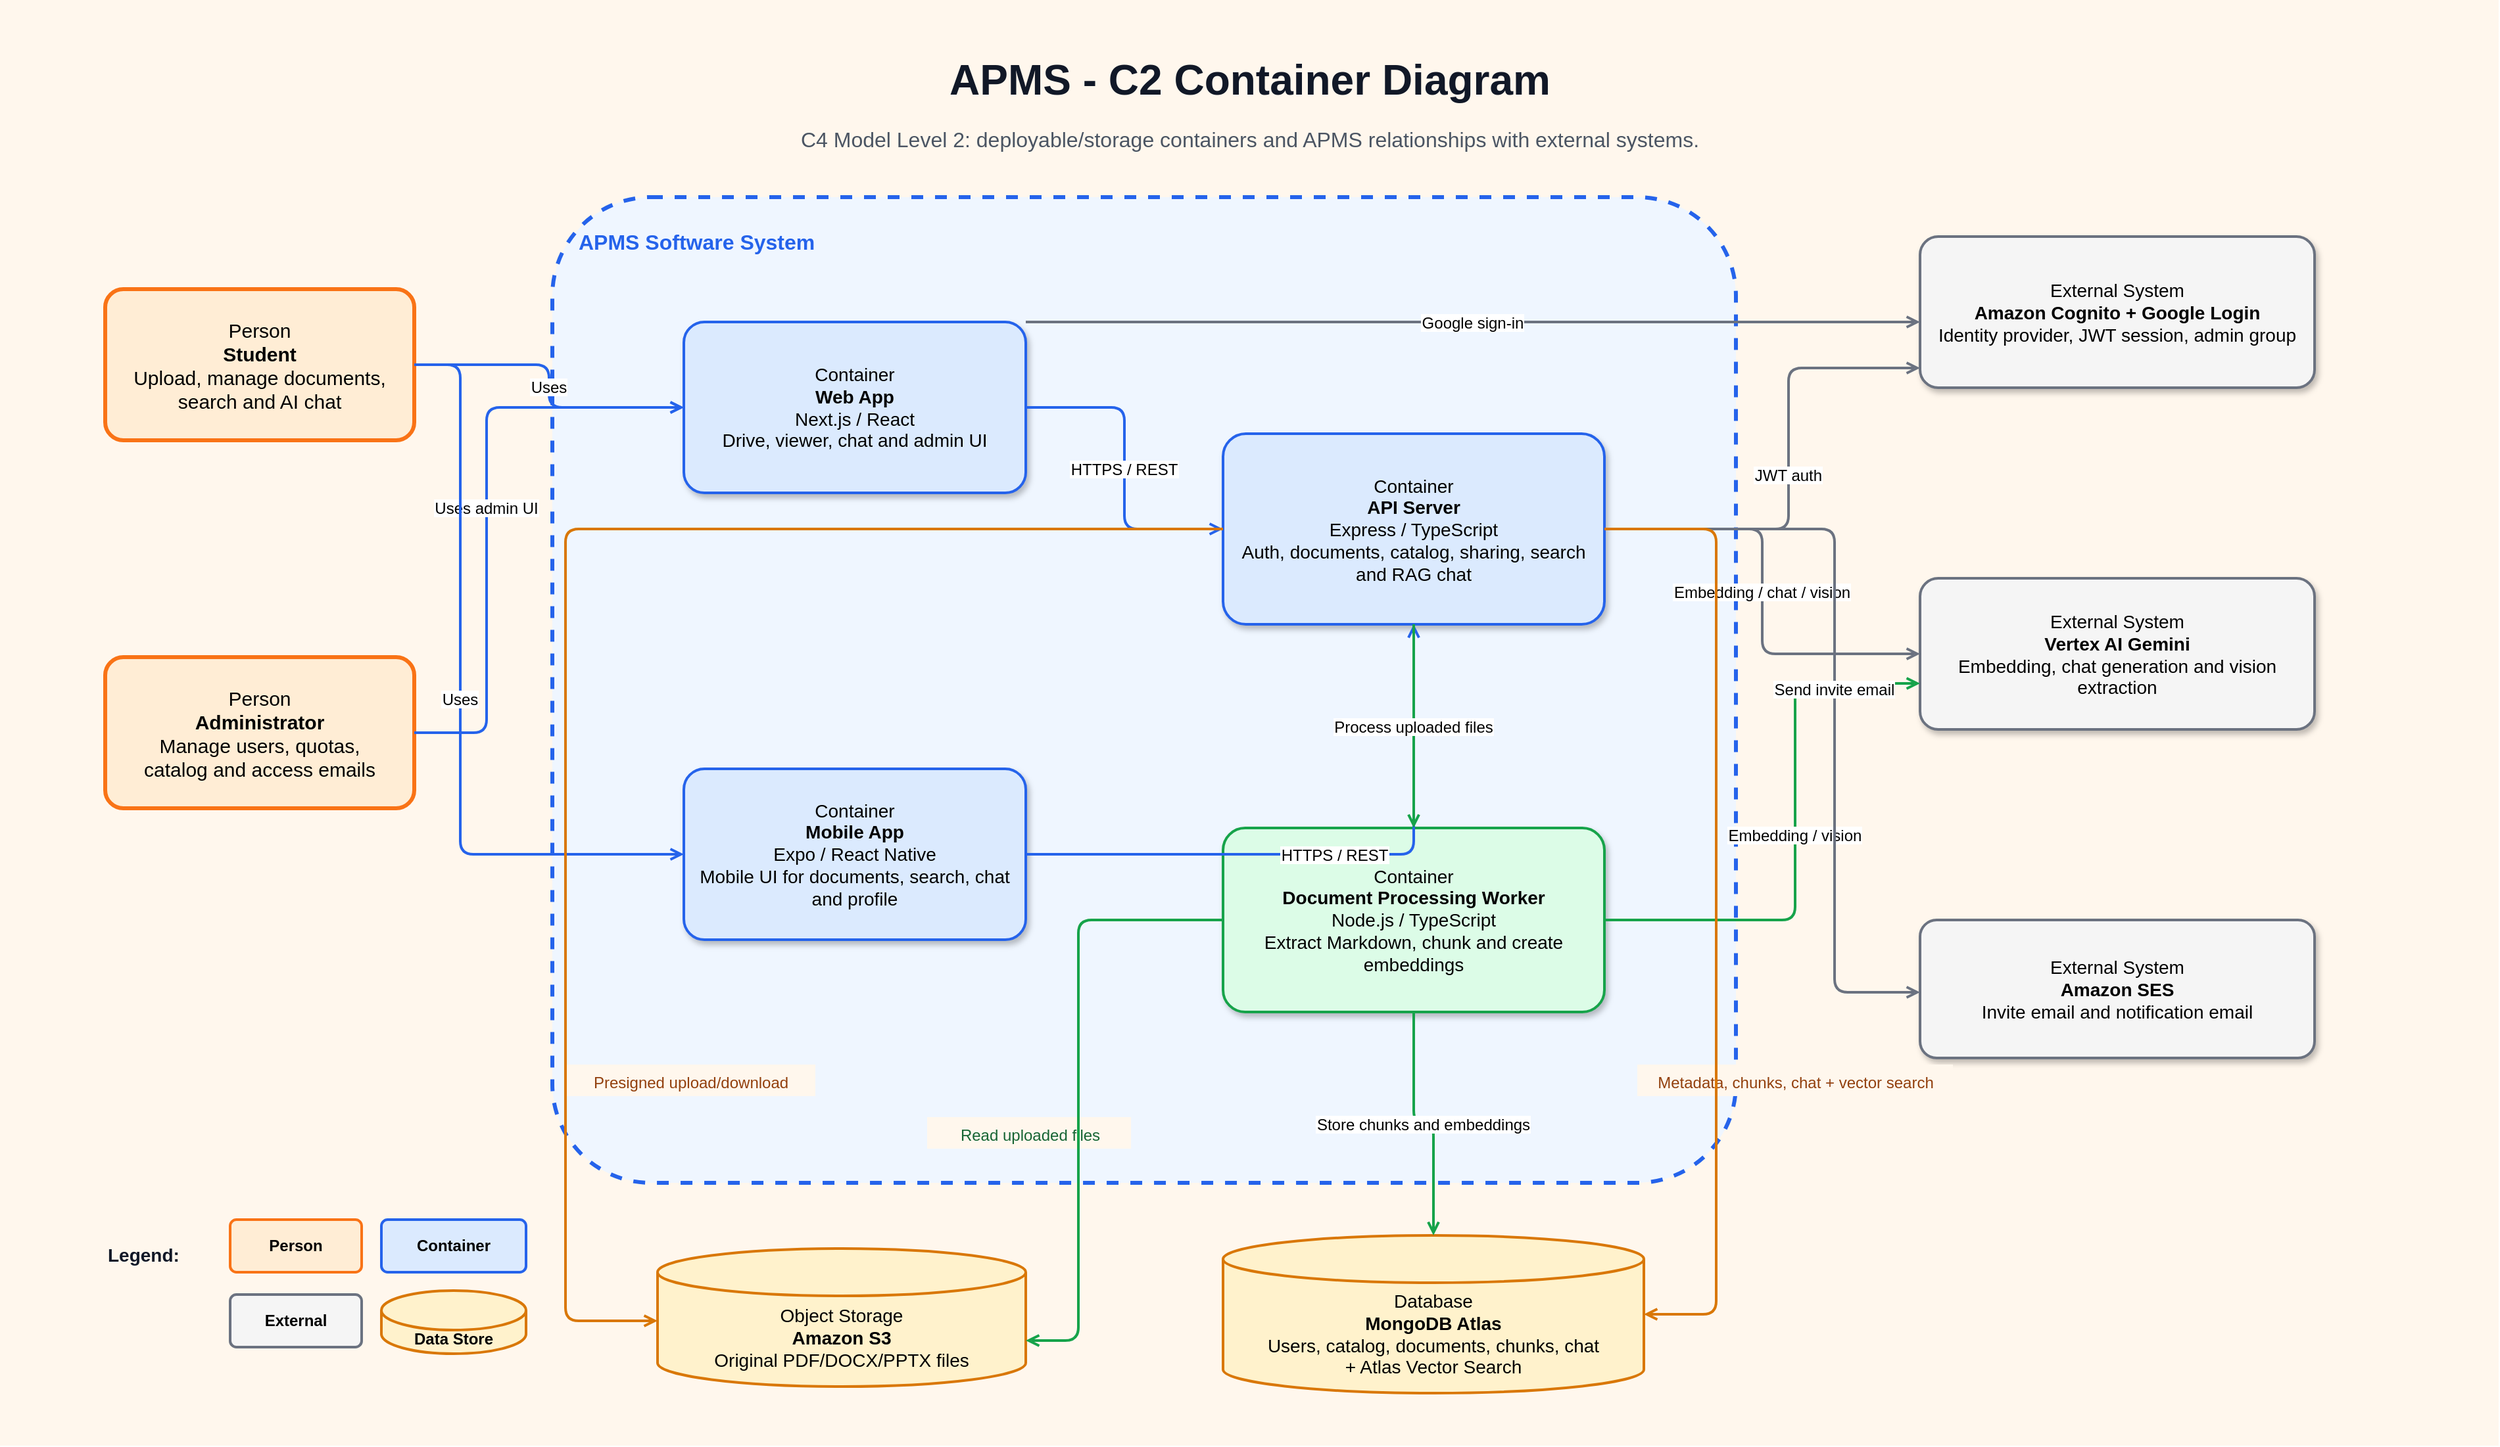
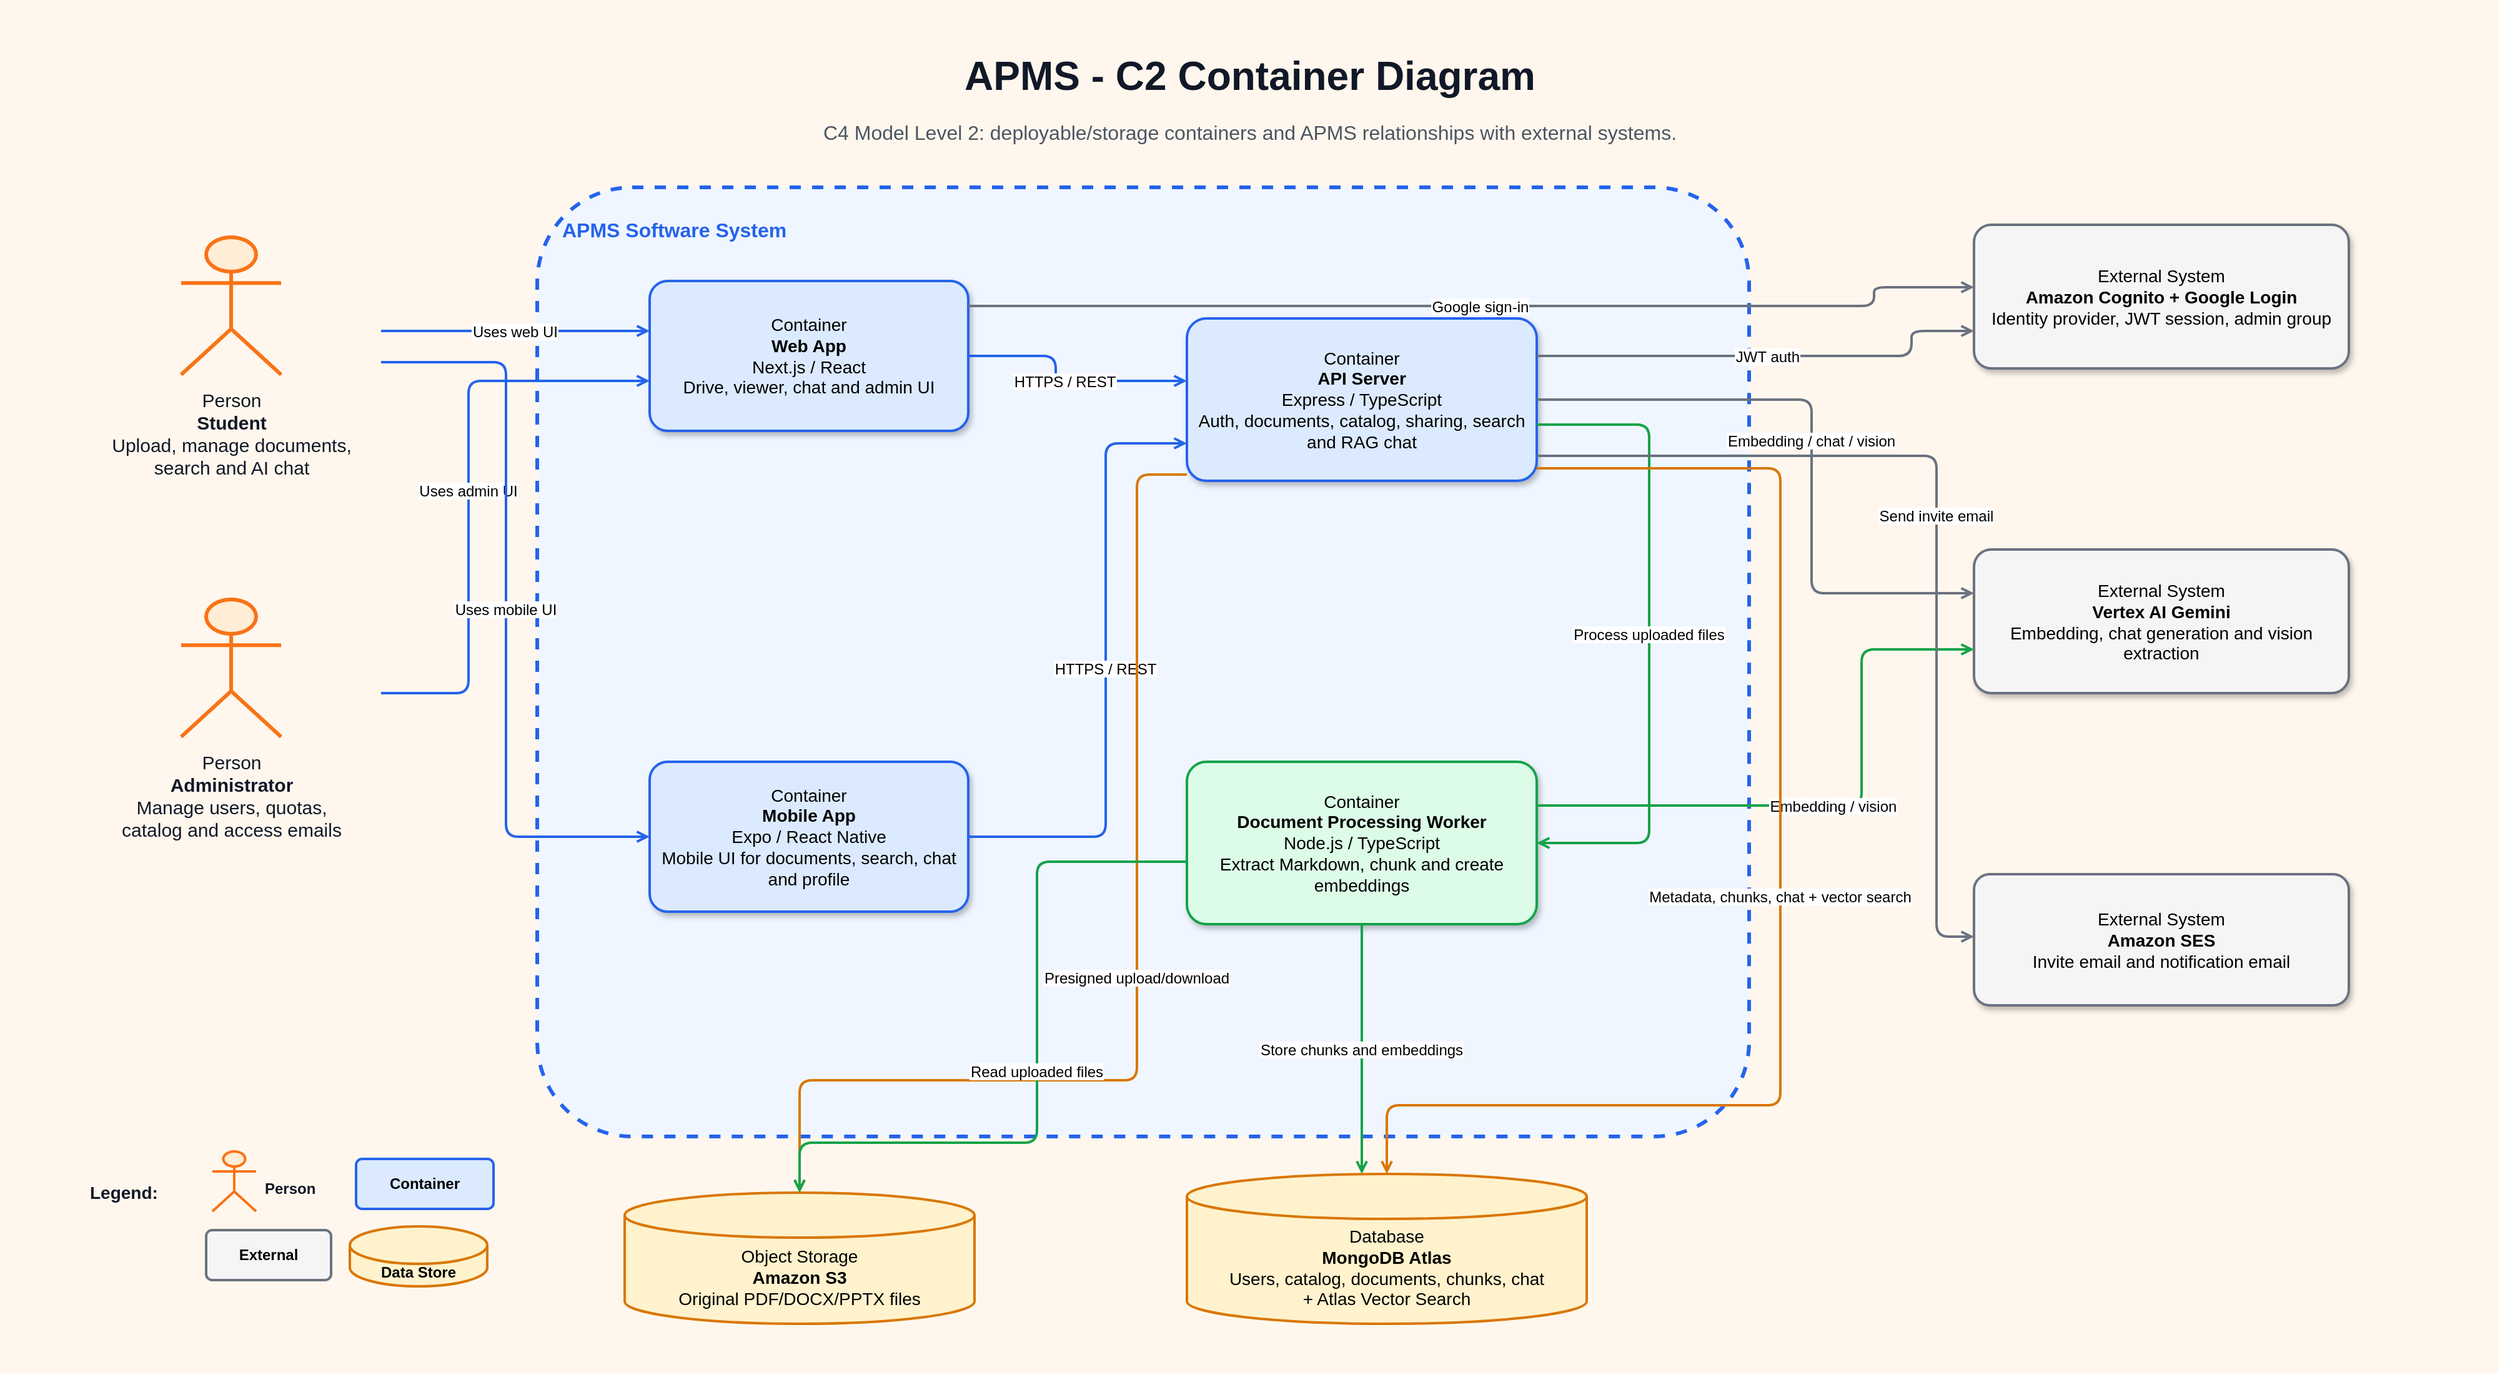
- ﻿<mxfile host="app.diagrams.net" modified="2026-07-16T00:00:00.000Z" agent="Codex" version="24.7.17">
+ <mxfile host="app.diagrams.net" modified="2026-07-16T00:00:00.000Z" agent="Codex" version="24.7.17">
  <diagram id="apms-c2-container" name="APMS C2 Container">
-     <mxGraphModel dx="1900" dy="1100" grid="1" gridSize="10" guides="1" tooltips="1" connect="1" arrows="1" fold="1" page="1" pageScale="1" pageWidth="1900" pageHeight="1100" math="0" shadow="0">
+     <mxGraphModel dx="2000" dy="1100" grid="1" gridSize="10" guides="1" tooltips="1" connect="1" arrows="1" fold="1" page="1" pageScale="1" pageWidth="2000" pageHeight="1100" math="0" shadow="0">
      <root>
        <mxCell id="0" />
        <mxCell id="1" parent="0" />
-         <mxCell id="bg" parent="1" style="rounded=0;whiteSpace=wrap;html=1;fillColor=#fff7ed;strokeColor=none;" value="" vertex="1"><mxGeometry x="0" y="0" width="1900" height="1100" as="geometry" /></mxCell>
-         <mxCell id="title" parent="1" style="text;html=1;strokeColor=none;fillColor=none;fontSize=32;fontStyle=1;fontColor=#111827;align=center;" value="APMS - C2 Container Diagram" vertex="1"><mxGeometry x="350" y="35" width="1200" height="50" as="geometry" /></mxCell>
-         <mxCell id="subtitle" parent="1" style="text;html=1;strokeColor=none;fillColor=none;fontSize=16;fontColor=#4b5563;align=center;" value="C4 Model Level 2: deployable/storage containers and APMS relationships with external systems." vertex="1"><mxGeometry x="350" y="90" width="1200" height="28" as="geometry" /></mxCell>
+         <mxCell id="bg" parent="1" style="rounded=0;whiteSpace=wrap;html=1;fillColor=#fff7ed;strokeColor=none;" value="" vertex="1"><mxGeometry x="0" y="0" width="2000" height="1100" as="geometry" /></mxCell>
+         <mxCell id="title" parent="1" style="text;html=1;strokeColor=none;fillColor=none;fontSize=32;fontStyle=1;fontColor=#111827;align=center;" value="APMS - C2 Container Diagram" vertex="1"><mxGeometry x="400" y="35" width="1200" height="50" as="geometry" /></mxCell>
+         <mxCell id="subtitle" parent="1" style="text;html=1;strokeColor=none;fillColor=none;fontSize=16;fontColor=#4b5563;align=center;" value="C4 Model Level 2: deployable/storage containers and APMS relationships with external systems." vertex="1"><mxGeometry x="400" y="90" width="1200" height="28" as="geometry" /></mxCell>

-         <mxCell id="student" parent="1" style="rounded=1;whiteSpace=wrap;html=1;fillColor=#ffedd5;strokeColor=#f97316;strokeWidth=3;arcSize=12;fontSize=15;" value="Person&lt;br&gt;&lt;b&gt;Student&lt;/b&gt;&lt;br&gt;Upload, manage documents,&lt;br&gt;search and AI chat" vertex="1"><mxGeometry x="80" y="220" width="235" height="115" as="geometry" /></mxCell>
-         <mxCell id="admin" parent="1" style="rounded=1;whiteSpace=wrap;html=1;fillColor=#ffedd5;strokeColor=#f97316;strokeWidth=3;arcSize=12;fontSize=15;" value="Person&lt;br&gt;&lt;b&gt;Administrator&lt;/b&gt;&lt;br&gt;Manage users, quotas,&lt;br&gt;catalog and access emails" vertex="1"><mxGeometry x="80" y="500" width="235" height="115" as="geometry" /></mxCell>
+         <mxCell id="studentActor" parent="1" style="shape=umlActor;verticalLabelPosition=bottom;verticalAlign=top;html=1;outlineConnect=0;fillColor=#ffedd5;strokeColor=#f97316;strokeWidth=3;" value="" vertex="1"><mxGeometry x="145" y="190" width="80" height="110" as="geometry" /></mxCell>
+         <mxCell id="studentLabel" parent="1" style="text;html=1;strokeColor=none;fillColor=none;fontSize=15;fontColor=#111827;align=center;verticalAlign=top;" value="Person&lt;br&gt;&lt;b&gt;Student&lt;/b&gt;&lt;br&gt;Upload, manage documents,&lt;br&gt;search and AI chat" vertex="1"><mxGeometry x="55" y="305" width="260" height="78" as="geometry" /></mxCell>
+         <mxCell id="adminActor" parent="1" style="shape=umlActor;verticalLabelPosition=bottom;verticalAlign=top;html=1;outlineConnect=0;fillColor=#ffedd5;strokeColor=#f97316;strokeWidth=3;" value="" vertex="1"><mxGeometry x="145" y="480" width="80" height="110" as="geometry" /></mxCell>
+         <mxCell id="adminLabel" parent="1" style="text;html=1;strokeColor=none;fillColor=none;fontSize=15;fontColor=#111827;align=center;verticalAlign=top;" value="Person&lt;br&gt;&lt;b&gt;Administrator&lt;/b&gt;&lt;br&gt;Manage users, quotas,&lt;br&gt;catalog and access emails" vertex="1"><mxGeometry x="55" y="595" width="260" height="78" as="geometry" /></mxCell>

-         <mxCell id="boundary" parent="1" style="rounded=1;whiteSpace=wrap;html=1;fillColor=#eff6ff;strokeColor=#2563eb;strokeWidth=3;dashed=1;arcSize=10;fontSize=16;fontStyle=1;align=left;verticalAlign=top;spacingTop=18;spacingLeft=18;fontColor=#2563eb;" value="APMS Software System" vertex="1"><mxGeometry x="420" y="150" width="900" height="750" as="geometry" /></mxCell>
-         <mxCell id="web" parent="1" style="rounded=1;whiteSpace=wrap;html=1;fillColor=#dbeafe;strokeColor=#2563eb;strokeWidth=2;arcSize=12;shadow=1;fontSize=14;" value="Container&lt;br&gt;&lt;b&gt;Web App&lt;/b&gt;&lt;br&gt;Next.js / React&lt;br&gt;Drive, viewer, chat and admin UI" vertex="1"><mxGeometry x="520" y="245" width="260" height="130" as="geometry" /></mxCell>
-         <mxCell id="mobile" parent="1" style="rounded=1;whiteSpace=wrap;html=1;fillColor=#dbeafe;strokeColor=#2563eb;strokeWidth=2;arcSize=12;shadow=1;fontSize=14;" value="Container&lt;br&gt;&lt;b&gt;Mobile App&lt;/b&gt;&lt;br&gt;Expo / React Native&lt;br&gt;Mobile UI for documents, search, chat and profile" vertex="1"><mxGeometry x="520" y="585" width="260" height="130" as="geometry" /></mxCell>
-         <mxCell id="api" parent="1" style="rounded=1;whiteSpace=wrap;html=1;fillColor=#dbeafe;strokeColor=#2563eb;strokeWidth=2;arcSize=12;shadow=1;fontSize=14;" value="Container&lt;br&gt;&lt;b&gt;API Server&lt;/b&gt;&lt;br&gt;Express / TypeScript&lt;br&gt;Auth, documents, catalog, sharing, search and RAG chat" vertex="1"><mxGeometry x="930" y="330" width="290" height="145" as="geometry" /></mxCell>
-         <mxCell id="worker" parent="1" style="rounded=1;whiteSpace=wrap;html=1;fillColor=#dcfce7;strokeColor=#16a34a;strokeWidth=2;arcSize=12;shadow=1;fontSize=14;" value="Container&lt;br&gt;&lt;b&gt;Document Processing Worker&lt;/b&gt;&lt;br&gt;Node.js / TypeScript&lt;br&gt;Extract Markdown, chunk and create embeddings" vertex="1"><mxGeometry x="930" y="630" width="290" height="140" as="geometry" /></mxCell>
+         <mxCell id="boundary" parent="1" style="rounded=1;whiteSpace=wrap;html=1;fillColor=#eff6ff;strokeColor=#2563eb;strokeWidth=3;dashed=1;arcSize=10;fontSize=16;fontStyle=1;align=left;verticalAlign=top;spacingTop=18;spacingLeft=18;fontColor=#2563eb;" value="APMS Software System" vertex="1"><mxGeometry x="430" y="150" width="970" height="760" as="geometry" /></mxCell>
+         <mxCell id="web" parent="1" style="rounded=1;whiteSpace=wrap;html=1;fillColor=#dbeafe;strokeColor=#2563eb;strokeWidth=2;arcSize=12;shadow=1;fontSize=14;" value="Container&lt;br&gt;&lt;b&gt;Web App&lt;/b&gt;&lt;br&gt;Next.js / React&lt;br&gt;Drive, viewer, chat and admin UI" vertex="1"><mxGeometry x="520" y="225" width="255" height="120" as="geometry" /></mxCell>
+         <mxCell id="mobile" parent="1" style="rounded=1;whiteSpace=wrap;html=1;fillColor=#dbeafe;strokeColor=#2563eb;strokeWidth=2;arcSize=12;shadow=1;fontSize=14;" value="Container&lt;br&gt;&lt;b&gt;Mobile App&lt;/b&gt;&lt;br&gt;Expo / React Native&lt;br&gt;Mobile UI for documents, search, chat and profile" vertex="1"><mxGeometry x="520" y="610" width="255" height="120" as="geometry" /></mxCell>
+         <mxCell id="api" parent="1" style="rounded=1;whiteSpace=wrap;html=1;fillColor=#dbeafe;strokeColor=#2563eb;strokeWidth=2;arcSize=12;shadow=1;fontSize=14;" value="Container&lt;br&gt;&lt;b&gt;API Server&lt;/b&gt;&lt;br&gt;Express / TypeScript&lt;br&gt;Auth, documents, catalog, sharing, search and RAG chat" vertex="1"><mxGeometry x="950" y="255" width="280" height="130" as="geometry" /></mxCell>
+         <mxCell id="worker" parent="1" style="rounded=1;whiteSpace=wrap;html=1;fillColor=#dcfce7;strokeColor=#16a34a;strokeWidth=2;arcSize=12;shadow=1;fontSize=14;" value="Container&lt;br&gt;&lt;b&gt;Document Processing Worker&lt;/b&gt;&lt;br&gt;Node.js / TypeScript&lt;br&gt;Extract Markdown, chunk and create embeddings" vertex="1"><mxGeometry x="950" y="610" width="280" height="130" as="geometry" /></mxCell>

-         <mxCell id="cognito" parent="1" style="rounded=1;whiteSpace=wrap;html=1;fillColor=#f5f5f5;strokeColor=#6b7280;strokeWidth=2;arcSize=12;shadow=1;fontSize=14;" value="External System&lt;br&gt;&lt;b&gt;Amazon Cognito + Google Login&lt;/b&gt;&lt;br&gt;Identity provider, JWT session, admin group" vertex="1"><mxGeometry x="1460" y="180" width="300" height="115" as="geometry" /></mxCell>
-         <mxCell id="gemini" parent="1" style="rounded=1;whiteSpace=wrap;html=1;fillColor=#f5f5f5;strokeColor=#6b7280;strokeWidth=2;arcSize=12;shadow=1;fontSize=14;" value="External System&lt;br&gt;&lt;b&gt;Vertex AI Gemini&lt;/b&gt;&lt;br&gt;Embedding, chat generation and vision extraction" vertex="1"><mxGeometry x="1460" y="440" width="300" height="115" as="geometry" /></mxCell>
-         <mxCell id="ses" parent="1" style="rounded=1;whiteSpace=wrap;html=1;fillColor=#f5f5f5;strokeColor=#6b7280;strokeWidth=2;arcSize=12;shadow=1;fontSize=14;" value="External System&lt;br&gt;&lt;b&gt;Amazon SES&lt;/b&gt;&lt;br&gt;Invite email and notification email" vertex="1"><mxGeometry x="1460" y="700" width="300" height="105" as="geometry" /></mxCell>
-         <mxCell id="s3" parent="1" style="shape=cylinder3;whiteSpace=wrap;html=1;boundedLbl=1;backgroundOutline=1;size=18;fillColor=#fff2cc;strokeColor=#d97706;strokeWidth=2;fontSize=14;" value="Object Storage&lt;br&gt;&lt;b&gt;Amazon S3&lt;/b&gt;&lt;br&gt;Original PDF/DOCX/PPTX files" vertex="1"><mxGeometry x="500" y="950" width="280" height="105" as="geometry" /></mxCell>
-         <mxCell id="mongo" parent="1" style="shape=cylinder3;whiteSpace=wrap;html=1;boundedLbl=1;backgroundOutline=1;size=18;fillColor=#fff2cc;strokeColor=#d97706;strokeWidth=2;fontSize=14;" value="Database&lt;br&gt;&lt;b&gt;MongoDB Atlas&lt;/b&gt;&lt;br&gt;Users, catalog, documents, chunks, chat&lt;br&gt;+ Atlas Vector Search" vertex="1"><mxGeometry x="930" y="940" width="320" height="120" as="geometry" /></mxCell>
+         <mxCell id="cognito" parent="1" style="rounded=1;whiteSpace=wrap;html=1;fillColor=#f5f5f5;strokeColor=#6b7280;strokeWidth=2;arcSize=12;shadow=1;fontSize=14;" value="External System&lt;br&gt;&lt;b&gt;Amazon Cognito + Google Login&lt;/b&gt;&lt;br&gt;Identity provider, JWT session, admin group" vertex="1"><mxGeometry x="1580" y="180" width="300" height="115" as="geometry" /></mxCell>
+         <mxCell id="gemini" parent="1" style="rounded=1;whiteSpace=wrap;html=1;fillColor=#f5f5f5;strokeColor=#6b7280;strokeWidth=2;arcSize=12;shadow=1;fontSize=14;" value="External System&lt;br&gt;&lt;b&gt;Vertex AI Gemini&lt;/b&gt;&lt;br&gt;Embedding, chat generation and vision extraction" vertex="1"><mxGeometry x="1580" y="440" width="300" height="115" as="geometry" /></mxCell>
+         <mxCell id="ses" parent="1" style="rounded=1;whiteSpace=wrap;html=1;fillColor=#f5f5f5;strokeColor=#6b7280;strokeWidth=2;arcSize=12;shadow=1;fontSize=14;" value="External System&lt;br&gt;&lt;b&gt;Amazon SES&lt;/b&gt;&lt;br&gt;Invite email and notification email" vertex="1"><mxGeometry x="1580" y="700" width="300" height="105" as="geometry" /></mxCell>
+         <mxCell id="s3" parent="1" style="shape=cylinder3;whiteSpace=wrap;html=1;boundedLbl=1;backgroundOutline=1;size=18;fillColor=#fff2cc;strokeColor=#d97706;strokeWidth=2;fontSize=14;" value="Object Storage&lt;br&gt;&lt;b&gt;Amazon S3&lt;/b&gt;&lt;br&gt;Original PDF/DOCX/PPTX files" vertex="1"><mxGeometry x="500" y="955" width="280" height="105" as="geometry" /></mxCell>
+         <mxCell id="mongo" parent="1" style="shape=cylinder3;whiteSpace=wrap;html=1;boundedLbl=1;backgroundOutline=1;size=18;fillColor=#fff2cc;strokeColor=#d97706;strokeWidth=2;fontSize=14;" value="Database&lt;br&gt;&lt;b&gt;MongoDB Atlas&lt;/b&gt;&lt;br&gt;Users, catalog, documents, chunks, chat&lt;br&gt;+ Atlas Vector Search" vertex="1"><mxGeometry x="950" y="940" width="320" height="120" as="geometry" /></mxCell>

-         <mxCell id="e1" parent="1" style="edgeStyle=orthogonalEdgeStyle;rounded=1;strokeColor=#2563eb;strokeWidth=2;endArrow=open;fontSize=12;" value="Uses" edge="1" source="student" target="web"><mxGeometry relative="1" as="geometry" /></mxCell>
-         <mxCell id="e2" parent="1" style="edgeStyle=orthogonalEdgeStyle;rounded=1;strokeColor=#2563eb;strokeWidth=2;endArrow=open;fontSize=12;" value="Uses admin UI" edge="1" source="admin" target="web"><mxGeometry relative="1" as="geometry"><Array as="points"><mxPoint x="370" y="558" /><mxPoint x="370" y="310" /></Array></mxGeometry></mxCell>
-         <mxCell id="e3" parent="1" style="edgeStyle=orthogonalEdgeStyle;rounded=1;strokeColor=#2563eb;strokeWidth=2;endArrow=open;fontSize=12;" value="Uses" edge="1" source="student" target="mobile"><mxGeometry relative="1" as="geometry"><Array as="points"><mxPoint x="350" y="278" /><mxPoint x="350" y="650" /></Array></mxGeometry></mxCell>
-         <mxCell id="e4" parent="1" style="edgeStyle=orthogonalEdgeStyle;rounded=1;strokeColor=#2563eb;strokeWidth=2;endArrow=open;fontSize=12;" value="HTTPS / REST" edge="1" source="web" target="api"><mxGeometry relative="1" as="geometry" /></mxCell>
-         <mxCell id="e5" parent="1" style="edgeStyle=orthogonalEdgeStyle;rounded=1;strokeColor=#2563eb;strokeWidth=2;endArrow=open;fontSize=12;" value="HTTPS / REST" edge="1" source="mobile" target="api"><mxGeometry relative="1" as="geometry" /></mxCell>
-         <mxCell id="e6" parent="1" style="edgeStyle=orthogonalEdgeStyle;rounded=1;strokeColor=#16a34a;strokeWidth=2;endArrow=open;fontSize=12;" value="Process uploaded files" edge="1" source="api" target="worker"><mxGeometry relative="1" as="geometry" /></mxCell>
+         <mxCell id="e1" parent="1" style="edgeStyle=orthogonalEdgeStyle;rounded=1;strokeColor=#2563eb;strokeWidth=2;endArrow=open;fontSize=12;" value="Uses web UI" edge="1">
+           <mxGeometry relative="1" as="geometry">
+             <mxPoint x="305" y="265" as="sourcePoint" />
+             <mxPoint x="520" y="265" as="targetPoint" />
+             <Array as="points"><mxPoint x="390" y="265" /></Array>
+           </mxGeometry>
+         </mxCell>
+         <mxCell id="e2" parent="1" style="edgeStyle=orthogonalEdgeStyle;rounded=1;strokeColor=#2563eb;strokeWidth=2;endArrow=open;fontSize=12;" value="Uses admin UI" edge="1">
+           <mxGeometry relative="1" as="geometry">
+             <mxPoint x="305" y="555" as="sourcePoint" />
+             <mxPoint x="520" y="305" as="targetPoint" />
+             <Array as="points"><mxPoint x="375" y="555" /><mxPoint x="375" y="305" /></Array>
+           </mxGeometry>
+         </mxCell>
+         <mxCell id="e3" parent="1" style="edgeStyle=orthogonalEdgeStyle;rounded=1;strokeColor=#2563eb;strokeWidth=2;endArrow=open;fontSize=12;" value="Uses mobile UI" edge="1">
+           <mxGeometry relative="1" as="geometry">
+             <mxPoint x="305" y="290" as="sourcePoint" />
+             <mxPoint x="520" y="670" as="targetPoint" />
+             <Array as="points"><mxPoint x="405" y="290" /><mxPoint x="405" y="670" /></Array>
+           </mxGeometry>
+         </mxCell>

-         <mxCell id="e7" parent="1" style="edgeStyle=orthogonalEdgeStyle;rounded=1;strokeColor=#6b7280;strokeWidth=2;endArrow=open;fontSize=12;" value="Google sign-in" edge="1" source="web" target="cognito"><mxGeometry relative="1" as="geometry"><Array as="points"><mxPoint x="850" y="245" /><mxPoint x="1370" y="245" /></Array></mxGeometry></mxCell>
-         <mxCell id="e8" parent="1" style="edgeStyle=orthogonalEdgeStyle;rounded=1;strokeColor=#6b7280;strokeWidth=2;endArrow=open;fontSize=12;" value="JWT auth" edge="1" source="api" target="cognito"><mxGeometry relative="1" as="geometry"><Array as="points"><mxPoint x="1360" y="402" /><mxPoint x="1360" y="280" /></Array></mxGeometry></mxCell>
-         <mxCell id="e9" parent="1" style="edgeStyle=orthogonalEdgeStyle;rounded=1;strokeColor=#6b7280;strokeWidth=2;endArrow=open;fontSize=12;" value="Embedding / chat / vision" edge="1" source="api" target="gemini"><mxGeometry relative="1" as="geometry" /></mxCell>
-         <mxCell id="e10" parent="1" style="edgeStyle=orthogonalEdgeStyle;rounded=1;strokeColor=#16a34a;strokeWidth=2;endArrow=open;fontSize=12;" value="Embedding / vision" edge="1" source="worker" target="gemini"><mxGeometry relative="1" as="geometry"><Array as="points"><mxPoint x="1365" y="700" /><mxPoint x="1365" y="520" /></Array></mxGeometry></mxCell>
-         <mxCell id="e11" parent="1" style="edgeStyle=orthogonalEdgeStyle;rounded=1;strokeColor=#6b7280;strokeWidth=2;endArrow=open;fontSize=12;" value="Send invite email" edge="1" source="api" target="ses"><mxGeometry relative="1" as="geometry"><Array as="points"><mxPoint x="1395" y="402" /><mxPoint x="1395" y="755" /></Array></mxGeometry></mxCell>
+         <mxCell id="e4" parent="1" style="edgeStyle=orthogonalEdgeStyle;rounded=1;strokeColor=#2563eb;strokeWidth=2;endArrow=open;fontSize=12;" value="HTTPS / REST" edge="1">
+           <mxGeometry relative="1" as="geometry">
+             <mxPoint x="775" y="285" as="sourcePoint" />
+             <mxPoint x="950" y="305" as="targetPoint" />
+             <Array as="points"><mxPoint x="845" y="285" /><mxPoint x="845" y="305" /></Array>
+           </mxGeometry>
+         </mxCell>
+         <mxCell id="e5" parent="1" style="edgeStyle=orthogonalEdgeStyle;rounded=1;strokeColor=#2563eb;strokeWidth=2;endArrow=open;fontSize=12;" value="HTTPS / REST" edge="1">
+           <mxGeometry relative="1" as="geometry">
+             <mxPoint x="775" y="670" as="sourcePoint" />
+             <mxPoint x="950" y="355" as="targetPoint" />
+             <Array as="points"><mxPoint x="885" y="670" /><mxPoint x="885" y="355" /></Array>
+           </mxGeometry>
+         </mxCell>
+         <mxCell id="e6" parent="1" style="edgeStyle=orthogonalEdgeStyle;rounded=1;strokeColor=#16a34a;strokeWidth=2;endArrow=open;fontSize=12;" value="Process uploaded files" edge="1">
+           <mxGeometry relative="1" as="geometry">
+             <mxPoint x="1230" y="340" as="sourcePoint" />
+             <mxPoint x="1230" y="675" as="targetPoint" />
+             <Array as="points"><mxPoint x="1320" y="340" /><mxPoint x="1320" y="675" /></Array>
+           </mxGeometry>
+         </mxCell>

-         <mxCell id="labelS3" parent="1" style="text;html=1;strokeColor=none;fillColor=#fff7ed;fontSize=12;fontColor=#92400e;align=center;" value="Presigned upload/download" vertex="1"><mxGeometry x="430" y="810" width="190" height="24" as="geometry" /></mxCell>
-         <mxCell id="e12" parent="1" style="edgeStyle=orthogonalEdgeStyle;rounded=1;strokeColor=#d97706;strokeWidth=2;endArrow=open;fontSize=12;" value="" edge="1" source="api" target="s3"><mxGeometry relative="1" as="geometry"><Array as="points"><mxPoint x="430" y="402" /><mxPoint x="430" y="1005" /></Array></mxGeometry></mxCell>
-         <mxCell id="labelReadS3" parent="1" style="text;html=1;strokeColor=none;fillColor=#fff7ed;fontSize=12;fontColor=#166534;align=center;" value="Read uploaded files" vertex="1"><mxGeometry x="705" y="850" width="155" height="24" as="geometry" /></mxCell>
-         <mxCell id="e13" parent="1" style="edgeStyle=orthogonalEdgeStyle;rounded=1;strokeColor=#16a34a;strokeWidth=2;endArrow=open;fontSize=12;" value="" edge="1" source="worker" target="s3"><mxGeometry relative="1" as="geometry"><Array as="points"><mxPoint x="820" y="700" /><mxPoint x="820" y="1020" /></Array></mxGeometry></mxCell>
-         <mxCell id="labelMongo" parent="1" style="text;html=1;strokeColor=none;fillColor=#fff7ed;fontSize=12;fontColor=#92400e;align=center;" value="Metadata, chunks, chat + vector search" vertex="1"><mxGeometry x="1245" y="810" width="240" height="24" as="geometry" /></mxCell>
-         <mxCell id="e14" parent="1" style="edgeStyle=orthogonalEdgeStyle;rounded=1;strokeColor=#d97706;strokeWidth=2;endArrow=open;fontSize=12;" value="" edge="1" source="api" target="mongo"><mxGeometry relative="1" as="geometry"><Array as="points"><mxPoint x="1305" y="402" /><mxPoint x="1305" y="1000" /></Array></mxGeometry></mxCell>
-         <mxCell id="e15" parent="1" style="edgeStyle=orthogonalEdgeStyle;rounded=1;strokeColor=#16a34a;strokeWidth=2;endArrow=open;fontSize=12;" value="Store chunks and embeddings" edge="1" source="worker" target="mongo"><mxGeometry relative="1" as="geometry" /></mxCell>
+         <mxCell id="e7" parent="1" style="edgeStyle=orthogonalEdgeStyle;rounded=1;strokeColor=#6b7280;strokeWidth=2;endArrow=open;fontSize=12;" value="Google sign-in" edge="1">
+           <mxGeometry relative="1" as="geometry">
+             <mxPoint x="775" y="245" as="sourcePoint" />
+             <mxPoint x="1580" y="230" as="targetPoint" />
+             <Array as="points"><mxPoint x="1500" y="245" /><mxPoint x="1500" y="230" /></Array>
+           </mxGeometry>
+         </mxCell>
+         <mxCell id="e8" parent="1" style="edgeStyle=orthogonalEdgeStyle;rounded=1;strokeColor=#6b7280;strokeWidth=2;endArrow=open;fontSize=12;" value="JWT auth" edge="1">
+           <mxGeometry relative="1" as="geometry">
+             <mxPoint x="1230" y="285" as="sourcePoint" />
+             <mxPoint x="1580" y="265" as="targetPoint" />
+             <Array as="points"><mxPoint x="1530" y="285" /><mxPoint x="1530" y="265" /></Array>
+           </mxGeometry>
+         </mxCell>
+         <mxCell id="e9" parent="1" style="edgeStyle=orthogonalEdgeStyle;rounded=1;strokeColor=#6b7280;strokeWidth=2;endArrow=open;fontSize=12;" value="Embedding / chat / vision" edge="1">
+           <mxGeometry relative="1" as="geometry">
+             <mxPoint x="1230" y="320" as="sourcePoint" />
+             <mxPoint x="1580" y="475" as="targetPoint" />
+             <Array as="points"><mxPoint x="1450" y="320" /><mxPoint x="1450" y="475" /></Array>
+           </mxGeometry>
+         </mxCell>
+         <mxCell id="e10" parent="1" style="edgeStyle=orthogonalEdgeStyle;rounded=1;strokeColor=#16a34a;strokeWidth=2;endArrow=open;fontSize=12;" value="Embedding / vision" edge="1">
+           <mxGeometry relative="1" as="geometry">
+             <mxPoint x="1230" y="645" as="sourcePoint" />
+             <mxPoint x="1580" y="520" as="targetPoint" />
+             <Array as="points"><mxPoint x="1490" y="645" /><mxPoint x="1490" y="520" /></Array>
+           </mxGeometry>
+         </mxCell>
+         <mxCell id="e11" parent="1" style="edgeStyle=orthogonalEdgeStyle;rounded=1;strokeColor=#6b7280;strokeWidth=2;endArrow=open;fontSize=12;" value="Send invite email" edge="1">
+           <mxGeometry relative="1" as="geometry">
+             <mxPoint x="1230" y="365" as="sourcePoint" />
+             <mxPoint x="1580" y="750" as="targetPoint" />
+             <Array as="points"><mxPoint x="1550" y="365" /><mxPoint x="1550" y="750" /></Array>
+           </mxGeometry>
+         </mxCell>

-         <mxCell id="legendTitle" parent="1" style="text;html=1;strokeColor=none;fillColor=none;fontSize=14;fontStyle=1;fontColor=#111827;align=left;" value="Legend:" vertex="1"><mxGeometry x="80" y="940" width="80" height="24" as="geometry" /></mxCell>
-         <mxCell id="legendPerson" parent="1" style="rounded=1;whiteSpace=wrap;html=1;fillColor=#ffedd5;strokeColor=#f97316;strokeWidth=2;arcSize=12;fontSize=12;fontStyle=1;" value="Person" vertex="1"><mxGeometry x="175" y="928" width="100" height="40" as="geometry" /></mxCell>
-         <mxCell id="legendContainer" parent="1" style="rounded=1;whiteSpace=wrap;html=1;fillColor=#dbeafe;strokeColor=#2563eb;strokeWidth=2;arcSize=12;fontSize=12;fontStyle=1;" value="Container" vertex="1"><mxGeometry x="290" y="928" width="110" height="40" as="geometry" /></mxCell>
-         <mxCell id="legendExternal" parent="1" style="rounded=1;whiteSpace=wrap;html=1;fillColor=#f5f5f5;strokeColor=#6b7280;strokeWidth=2;arcSize=12;fontSize=12;fontStyle=1;" value="External" vertex="1"><mxGeometry x="175" y="985" width="100" height="40" as="geometry" /></mxCell>
-         <mxCell id="legendData" parent="1" style="shape=cylinder3;whiteSpace=wrap;html=1;boundedLbl=1;backgroundOutline=1;size=15;fillColor=#fff2cc;strokeColor=#d97706;strokeWidth=2;fontSize=12;fontStyle=1;" value="Data Store" vertex="1"><mxGeometry x="290" y="982" width="110" height="48" as="geometry" /></mxCell>
+         <mxCell id="e12" parent="1" style="edgeStyle=orthogonalEdgeStyle;rounded=1;strokeColor=#d97706;strokeWidth=2;endArrow=open;fontSize=12;" value="Presigned upload/download" edge="1">
+           <mxGeometry relative="1" as="geometry">
+             <mxPoint x="950" y="380" as="sourcePoint" />
+             <mxPoint x="640" y="955" as="targetPoint" />
+             <Array as="points"><mxPoint x="910" y="380" /><mxPoint x="910" y="865" /><mxPoint x="640" y="865" /></Array>
+           </mxGeometry>
+         </mxCell>
+         <mxCell id="e13" parent="1" style="edgeStyle=orthogonalEdgeStyle;rounded=1;strokeColor=#16a34a;strokeWidth=2;endArrow=open;fontSize=12;" value="Read uploaded files" edge="1">
+           <mxGeometry relative="1" as="geometry">
+             <mxPoint x="950" y="690" as="sourcePoint" />
+             <mxPoint x="640" y="955" as="targetPoint" />
+             <Array as="points"><mxPoint x="830" y="690" /><mxPoint x="830" y="915" /><mxPoint x="640" y="915" /></Array>
+           </mxGeometry>
+         </mxCell>
+         <mxCell id="e14" parent="1" style="edgeStyle=orthogonalEdgeStyle;rounded=1;strokeColor=#d97706;strokeWidth=2;endArrow=open;fontSize=12;" value="Metadata, chunks, chat + vector search" edge="1">
+           <mxGeometry relative="1" as="geometry">
+             <mxPoint x="1230" y="375" as="sourcePoint" />
+             <mxPoint x="1110" y="940" as="targetPoint" />
+             <Array as="points"><mxPoint x="1425" y="375" /><mxPoint x="1425" y="885" /><mxPoint x="1110" y="885" /></Array>
+           </mxGeometry>
+         </mxCell>
+         <mxCell id="e15" parent="1" style="edgeStyle=orthogonalEdgeStyle;rounded=1;strokeColor=#16a34a;strokeWidth=2;endArrow=open;fontSize=12;" value="Store chunks and embeddings" edge="1">
+           <mxGeometry relative="1" as="geometry">
+             <mxPoint x="1090" y="740" as="sourcePoint" />
+             <mxPoint x="1090" y="940" as="targetPoint" />
+             <Array as="points"><mxPoint x="1090" y="825" /></Array>
+           </mxGeometry>
+         </mxCell>
+ 
+         <mxCell id="legendTitle" parent="1" style="text;html=1;strokeColor=none;fillColor=none;fontSize=14;fontStyle=1;fontColor=#111827;align=left;" value="Legend:" vertex="1"><mxGeometry x="70" y="940" width="80" height="24" as="geometry" /></mxCell>
+         <mxCell id="legendPersonIcon" parent="1" style="shape=umlActor;html=1;outlineConnect=0;fillColor=#ffedd5;strokeColor=#f97316;strokeWidth=2;" value="" vertex="1"><mxGeometry x="170" y="922" width="35" height="48" as="geometry" /></mxCell>
+         <mxCell id="legendPerson" parent="1" style="text;html=1;strokeColor=none;fillColor=none;fontSize=12;fontStyle=1;fontColor=#111827;align=left;" value="Person" vertex="1"><mxGeometry x="210" y="938" width="65" height="24" as="geometry" /></mxCell>
+         <mxCell id="legendContainer" parent="1" style="rounded=1;whiteSpace=wrap;html=1;fillColor=#dbeafe;strokeColor=#2563eb;strokeWidth=2;arcSize=12;fontSize=12;fontStyle=1;" value="Container" vertex="1"><mxGeometry x="285" y="928" width="110" height="40" as="geometry" /></mxCell>
+         <mxCell id="legendExternal" parent="1" style="rounded=1;whiteSpace=wrap;html=1;fillColor=#f5f5f5;strokeColor=#6b7280;strokeWidth=2;arcSize=12;fontSize=12;fontStyle=1;" value="External" vertex="1"><mxGeometry x="165" y="985" width="100" height="40" as="geometry" /></mxCell>
+         <mxCell id="legendData" parent="1" style="shape=cylinder3;whiteSpace=wrap;html=1;boundedLbl=1;backgroundOutline=1;size=15;fillColor=#fff2cc;strokeColor=#d97706;strokeWidth=2;fontSize=12;fontStyle=1;" value="Data Store" vertex="1"><mxGeometry x="280" y="982" width="110" height="48" as="geometry" /></mxCell>
      </root>
    </mxGraphModel>
  </diagram>
</mxfile>
